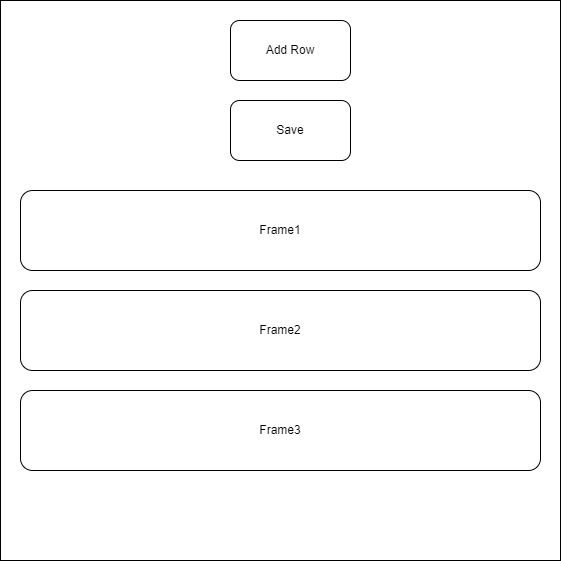
Before: Architecture/ArchitectureDiagram.png, a diagram exported from draw.io (JacquelineBashta/TripPlanner). Source tidied: cells renumbered, new cells last; positions are measured from the earlier drawing's top-left corner, leaving out a move shared by most shapes.
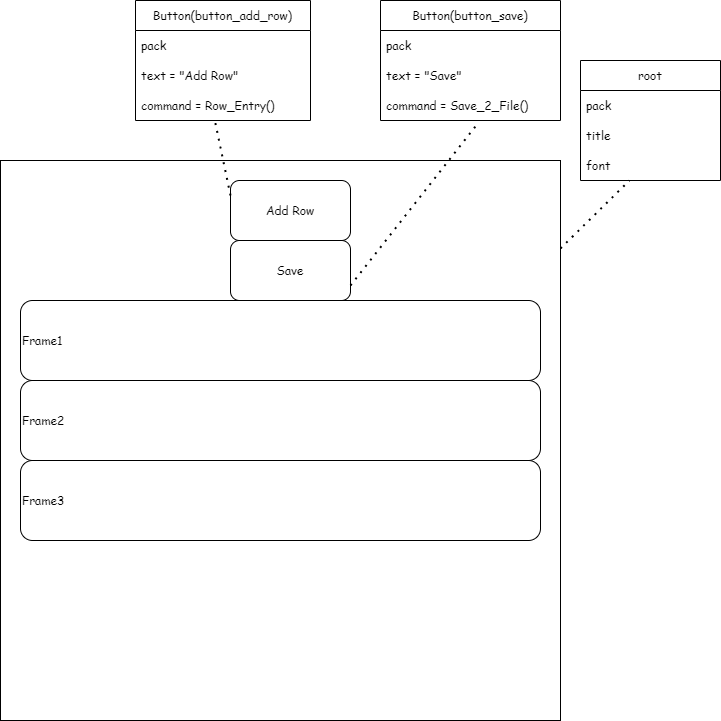
The same file after the commit.

Commit message:
Add info about root and buttons type and config

The edit, as a diff of the source:
```diff
@@ -2,23 +2,68 @@
   <root>
     <mxCell id="0" />
     <mxCell id="1" parent="0" />
-    <mxCell id="2" style="whiteSpace=wrap;html=1;" parent="1" vertex="1">
+    <mxCell id="2" style="whiteSpace=wrap;html=1;fontFamily=Comic Sans MS;" parent="1" vertex="1">
       <mxGeometry width="560" height="560" as="geometry" />
     </mxCell>
-    <mxCell id="3" value="Add Row" style="rounded=1;whiteSpace=wrap;html=1;" parent="1" vertex="1">
+    <mxCell id="3" value="Add Row" style="rounded=1;whiteSpace=wrap;html=1;fontFamily=Comic Sans MS;" parent="1" vertex="1">
       <mxGeometry x="230" y="20" width="120" height="60" as="geometry" />
     </mxCell>
-    <mxCell id="4" value="Save" style="rounded=1;whiteSpace=wrap;html=1;" parent="1" vertex="1">
-      <mxGeometry x="230" y="100" width="120" height="60" as="geometry" />
+    <mxCell id="4" value="Save" style="rounded=1;whiteSpace=wrap;html=1;fontFamily=Comic Sans MS;" parent="1" vertex="1">
+      <mxGeometry x="230" y="80" width="120" height="60" as="geometry" />
     </mxCell>
-    <mxCell id="5" value="Frame1" style="rounded=1;whiteSpace=wrap;html=1;" parent="1" vertex="1">
-      <mxGeometry x="20" y="190" width="520" height="80" as="geometry" />
+    <mxCell id="5" value="Frame1" style="rounded=1;whiteSpace=wrap;html=1;align=left;fontFamily=Comic Sans MS;" parent="1" vertex="1">
+      <mxGeometry x="20" y="140" width="520" height="80" as="geometry" />
     </mxCell>
-    <mxCell id="6" value="Frame2" style="rounded=1;whiteSpace=wrap;html=1;" parent="1" vertex="1">
-      <mxGeometry x="20" y="290" width="520" height="80" as="geometry" />
+    <mxCell id="6" value="Frame2" style="rounded=1;whiteSpace=wrap;html=1;align=left;fontFamily=Comic Sans MS;" parent="1" vertex="1">
+      <mxGeometry x="20" y="220" width="520" height="80" as="geometry" />
     </mxCell>
-    <mxCell id="7" value="Frame3" style="rounded=1;whiteSpace=wrap;html=1;" parent="1" vertex="1">
-      <mxGeometry x="20" y="390" width="520" height="80" as="geometry" />
+    <mxCell id="7" value="Frame3" style="rounded=1;whiteSpace=wrap;html=1;align=left;fontFamily=Comic Sans MS;" parent="1" vertex="1">
+      <mxGeometry x="20" y="300" width="520" height="80" as="geometry" />
     </mxCell>
+    <mxCell id="8" value="root" style="swimlane;fontStyle=0;horizontal=1;startSize=30;fontFamily=Comic Sans MS;" parent="1" vertex="1">
+      <mxGeometry x="580" y="-100" width="140" height="120" as="geometry" />
+    </mxCell>
+    <mxCell id="9" value="pack" style="text;strokeColor=none;fillColor=none;align=left;verticalAlign=middle;spacingLeft=4;spacingRight=4;overflow=hidden;fontFamily=Comic Sans MS;" parent="8" vertex="1">
+      <mxGeometry y="30" width="140" height="30" as="geometry" />
+    </mxCell>
+    <mxCell id="10" value="title" style="text;strokeColor=none;fillColor=none;align=left;verticalAlign=middle;spacingLeft=4;spacingRight=4;overflow=hidden;fontFamily=Comic Sans MS;" parent="8" vertex="1">
+      <mxGeometry y="60" width="140" height="30" as="geometry" />
+    </mxCell>
+    <mxCell id="11" value="font" style="text;strokeColor=none;fillColor=none;align=left;verticalAlign=middle;spacingLeft=4;spacingRight=4;overflow=hidden;points=[[0,0.5],[1,0.5]];portConstraint=eastwest;fontFamily=Comic Sans MS;" parent="8" vertex="1">
+      <mxGeometry y="90" width="140" height="30" as="geometry" />
+    </mxCell>
+    <mxCell id="12" style="endArrow=none;dashed=1;html=1;dashPattern=1 3;strokeWidth=2;rounded=0;fontFamily=Comic Sans MS;entryX=0.35;entryY=1;entryDx=0;entryDy=0;entryPerimeter=0;exitX=1;exitY=0.157;exitDx=0;exitDy=0;exitPerimeter=0;" parent="1" edge="1" source="2" target="11">
+      <mxGeometry relative="1" as="geometry" />
+    </mxCell>
+    <mxCell id="13" value="Button(button_save)" style="swimlane;fontStyle=0;horizontal=1;startSize=30;fontFamily=Comic Sans MS;" parent="1" vertex="1">
+      <mxGeometry x="380" y="-160" width="180" height="120" as="geometry" />
+    </mxCell>
+    <mxCell id="14" value="pack" style="text;strokeColor=none;fillColor=none;align=left;verticalAlign=middle;spacingLeft=4;spacingRight=4;overflow=hidden;fontFamily=Comic Sans MS;" parent="13" vertex="1">
+      <mxGeometry y="30" width="180" height="30" as="geometry" />
+    </mxCell>
+    <mxCell id="15" value="text = &quot;Save&quot;" style="text;strokeColor=none;fillColor=none;align=left;verticalAlign=middle;spacingLeft=4;spacingRight=4;overflow=hidden;fontFamily=Comic Sans MS;" parent="13" vertex="1">
+      <mxGeometry y="60" width="180" height="30" as="geometry" />
+    </mxCell>
+    <mxCell id="16" value="command = Save_2_File()" style="text;strokeColor=none;fillColor=none;align=left;verticalAlign=middle;spacingLeft=4;spacingRight=4;overflow=hidden;points=[[0,0.5],[1,0.5]];portConstraint=eastwest;fontFamily=Comic Sans MS;" parent="13" vertex="1">
+      <mxGeometry y="90" width="180" height="30" as="geometry" />
+    </mxCell>
+    <mxCell id="17" style="endArrow=none;dashed=1;html=1;dashPattern=1 3;strokeWidth=2;rounded=0;fontFamily=Comic Sans MS;entryX=0.536;entryY=1.133;entryDx=0;entryDy=0;entryPerimeter=0;exitX=1;exitY=0.75;exitDx=0;exitDy=0;" parent="1" edge="1" source="4" target="16">
+      <mxGeometry relative="1" as="geometry" />
+    </mxCell>
+    <mxCell id="18" value="Button(button_add_row)" style="swimlane;fontStyle=0;horizontal=1;startSize=30;fontFamily=Comic Sans MS;" parent="1" vertex="1">
+      <mxGeometry x="135" y="-160" width="175" height="120" as="geometry" />
+    </mxCell>
+    <mxCell id="19" value="pack" style="text;strokeColor=none;fillColor=none;align=left;verticalAlign=middle;spacingLeft=4;spacingRight=4;overflow=hidden;fontFamily=Comic Sans MS;" parent="18" vertex="1">
+      <mxGeometry y="30" width="175" height="30" as="geometry" />
+    </mxCell>
+    <mxCell id="20" value="text = &quot;Add Row&quot;" style="text;strokeColor=none;fillColor=none;align=left;verticalAlign=middle;spacingLeft=4;spacingRight=4;overflow=hidden;fontFamily=Comic Sans MS;" parent="18" vertex="1">
+      <mxGeometry y="60" width="175" height="30" as="geometry" />
+    </mxCell>
+    <mxCell id="21" value="command = Row_Entry()" style="text;strokeColor=none;fillColor=none;align=left;verticalAlign=middle;spacingLeft=4;spacingRight=4;overflow=hidden;points=[[0,0.5],[1,0.5]];portConstraint=eastwest;fontFamily=Comic Sans MS;" parent="18" vertex="1">
+      <mxGeometry y="90" width="175" height="30" as="geometry" />
+    </mxCell>
+    <mxCell id="22" style="endArrow=none;dashed=1;html=1;dashPattern=1 3;strokeWidth=2;rounded=0;fontFamily=Comic Sans MS;entryX=0.451;entryY=0.933;entryDx=0;entryDy=0;entryPerimeter=0;exitX=0;exitY=0.25;exitDx=0;exitDy=0;" parent="1" edge="1" source="3" target="21">
+      <mxGeometry relative="1" as="geometry" />
+    </mxCell>
   </root>
 </mxGraphModel>
```
